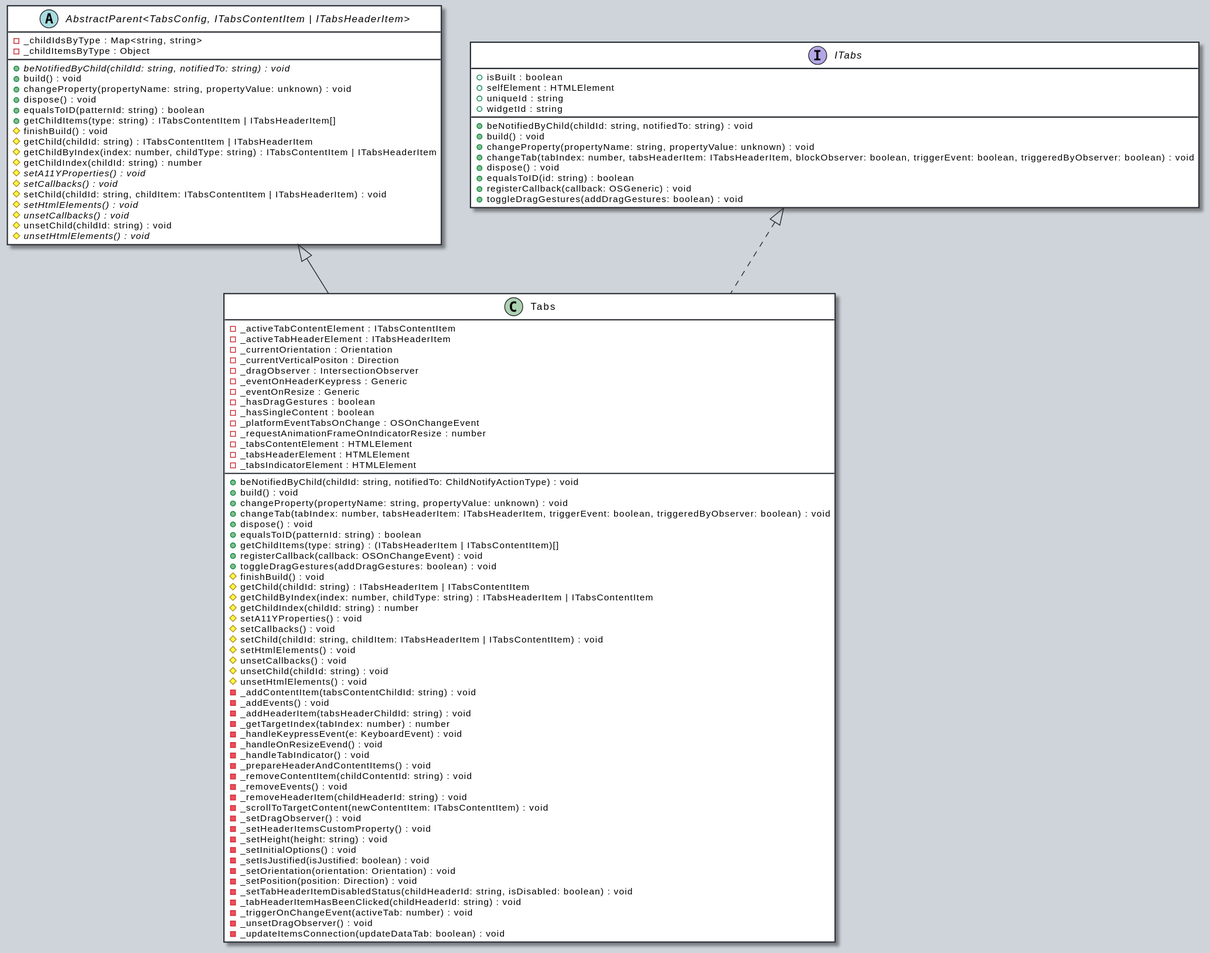
Above: docs/assets/Tabs-umlClassDiagram-6350.svg in OutSystems/outsystems-ui (PlantUML), before the change.
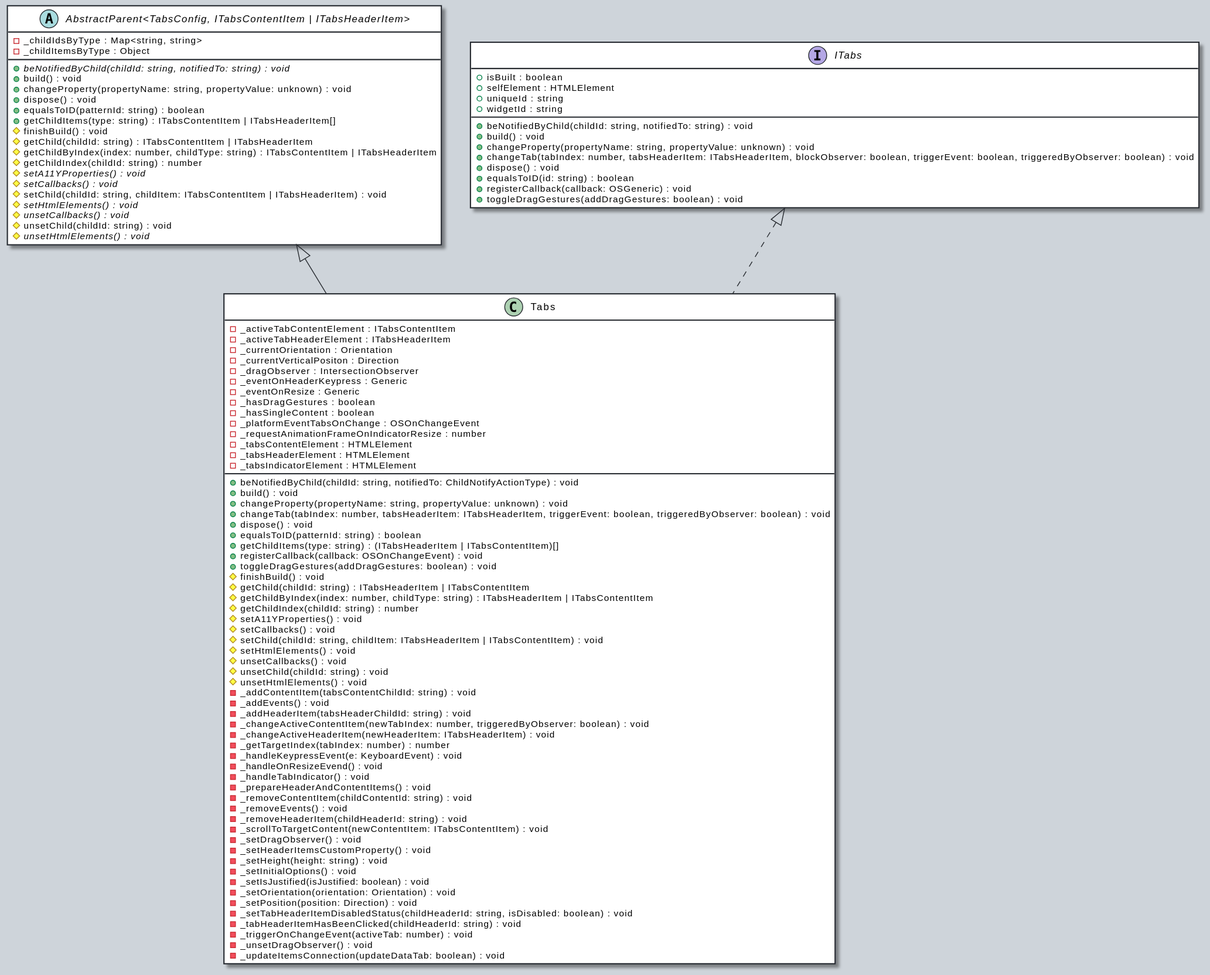
After the commit.

The edit, as a diff of the source:
```diff
@@ -43,6 +43,8 @@
     -_addContentItem(tabsContentChildId: string) : void
     -_addEvents() : void
     -_addHeaderItem(tabsHeaderChildId: string) : void
+    -_changeActiveContentItem(newTabIndex: number, triggeredByObserver: boolean) : void
+    -_changeActiveHeaderItem(newHeaderItem: ITabsHeaderItem) : void
     -_getTargetIndex(tabIndex: number) : number
     -_handleKeypressEvent(e: KeyboardEvent) : void
     -_handleOnResizeEvend() : void
```
